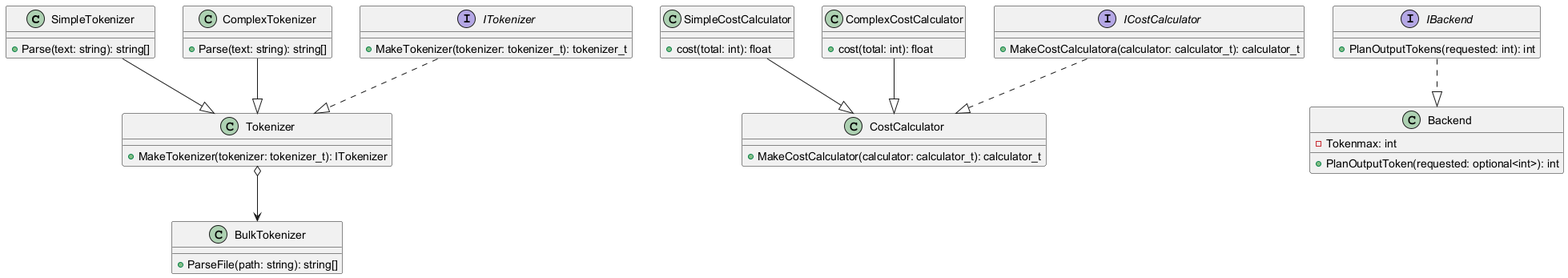
This is uml/AI Token Analyzer.png from TeejMcSteez/ITCS3112FinalProject, a PlantUML export, as it was before one commit. The source it was exported from:
```plantuml
@startuml AI Token Analyzer

class SimpleTokenizer {
    +Parse(text: string): string[]
}

class ComplexTokenizer {
    +Parse(text: string): string[]
}

interface ITokenizer {
    +MakeTokenizer(tokenizer: tokenizer_t): tokenizer_t
}

class Tokenizer {
    +MakeTokenizer(tokenizer: tokenizer_t): ITokenizer
}

class BulkTokenizer {
    +ParseFile(path: string): string[]
}

class SimpleCostCalculator {
    +cost(total: int): float
}

class ComplexCostCalculator {
    +cost(total: int): float
}

interface ICostCalculator {
    +MakeCostCalculatora(calculator: calculator_t): calculator_t
}

class CostCalculator {
    +MakeCostCalculator(calculator: calculator_t): calculator_t
}

interface IBackend {
    +PlanOutputTokens(requested: int): int
}

class Backend {
    -Tokenmax: int
    +PlanOutputToken(requested: optional<int>): int
}

SimpleTokenizer --|> Tokenizer
ComplexTokenizer --|> Tokenizer
ITokenizer ..|> Tokenizer
Tokenizer o--> BulkTokenizer
SimpleCostCalculator --|> CostCalculator
ComplexCostCalculator --|> CostCalculator
ICostCalculator ..|> CostCalculator
IBackend ..|> Backend
@enduml
```
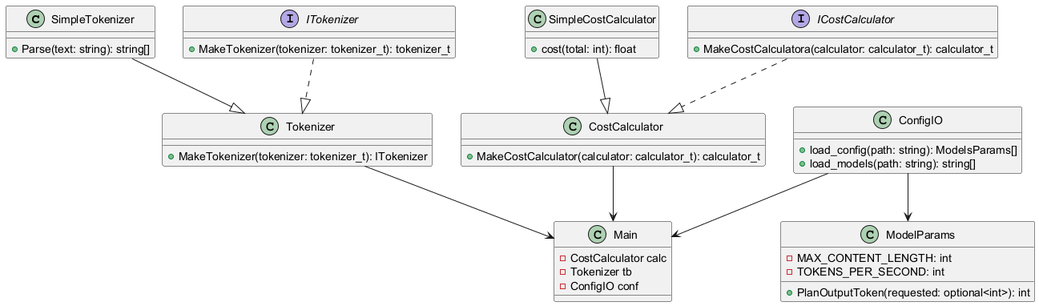
After the change.

Commit message:
Basic update to UML still figuring out proper patterns

Diff of the diagram source:
```diff
@@ -1,10 +1,6 @@
 @startuml AI Token Analyzer
 
 class SimpleTokenizer {
-    +Parse(text: string): string[]
-}
-
-class ComplexTokenizer {
     +Parse(text: string): string[]
 }
 
@@ -16,15 +12,7 @@
     +MakeTokenizer(tokenizer: tokenizer_t): ITokenizer
 }
 
-class BulkTokenizer {
-    +ParseFile(path: string): string[]
-}
-
 class SimpleCostCalculator {
-    +cost(total: int): float
-}
-
-class ComplexCostCalculator {
     +cost(total: int): float
 }
 
@@ -36,21 +24,29 @@
     +MakeCostCalculator(calculator: calculator_t): calculator_t
 }
 
-interface IBackend {
-    +PlanOutputTokens(requested: int): int
-}
-
-class Backend {
-    -Tokenmax: int
+class ModelParams {
+    -MAX_CONTENT_LENGTH: int
+    -TOKENS_PER_SECOND: int
     +PlanOutputToken(requested: optional<int>): int
 }
 
+class ConfigIO {
+    +load_config(path: string): ModelsParams[]
+    +load_models(path: string): string[]
+}
+
+class Main {
+    -CostCalculator calc
+    -Tokenizer tb
+    -ConfigIO conf
+}
+
 SimpleTokenizer --|> Tokenizer
-ComplexTokenizer --|> Tokenizer
 ITokenizer ..|> Tokenizer
-Tokenizer o--> BulkTokenizer
 SimpleCostCalculator --|> CostCalculator
-ComplexCostCalculator --|> CostCalculator
 ICostCalculator ..|> CostCalculator
-IBackend ..|> Backend
+ConfigIO --> ModelParams
+CostCalculator --> Main
+Tokenizer --> Main
+ConfigIO --> Main
 @enduml
```
